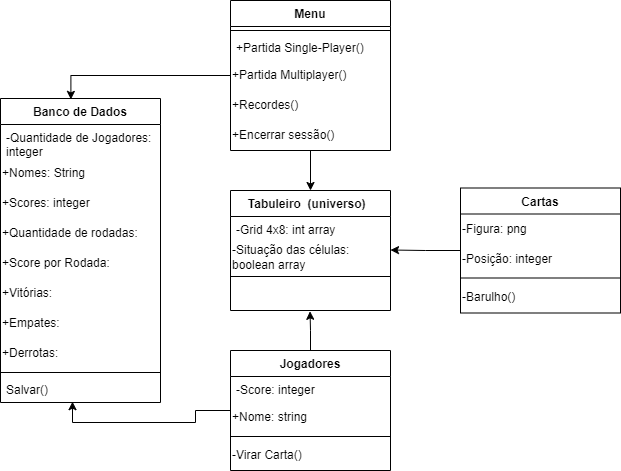
FelipeRibeirooo/Entrega-03-OO-UML keeps this draw.io diagram as Diagrama de Classes.drawio.png. Above is the earlier version. Source tidied: cells renumbered, new cells last; positions are measured from the earlier drawing's top-left corner, leaving out a move shared by most shapes.
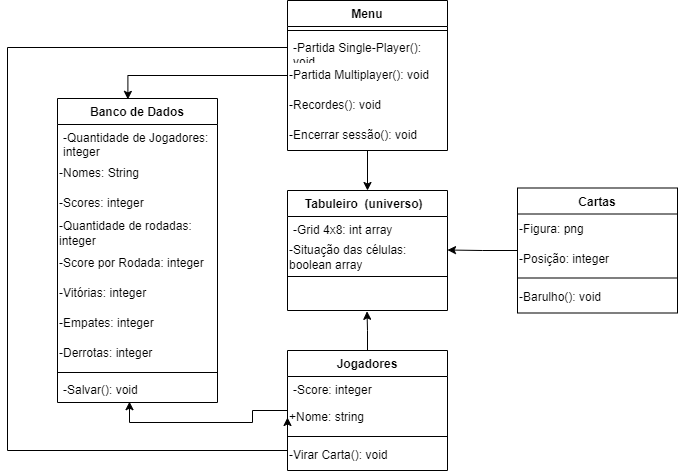
The same diagram one commit later.

Change to the diagram source:
```diff
@@ -29,7 +29,7 @@
     <mxCell id="10" style="line;html=1;strokeWidth=1;align=left;verticalAlign=middle;spacingTop=-1;spacingLeft=3;spacingRight=3;labelPosition=right;" parent="7" vertex="1">
       <mxGeometry y="82" width="160" height="8" as="geometry" />
     </mxCell>
-    <mxCell id="11" value="-Virar Carta()" style="text;html=1;align=left;verticalAlign=middle;strokeColor=none;fillColor=none;" parent="7" vertex="1">
+    <mxCell id="11" value="-Virar Carta(): void" style="text;html=1;align=left;verticalAlign=middle;strokeColor=none;fillColor=none;" parent="7" vertex="1">
       <mxGeometry y="90" width="160" height="30" as="geometry" />
     </mxCell>
     <mxCell id="12" style="edgeStyle=orthogonalEdgeStyle;rounded=0;jettySize=auto;html=1;entryX=1;entryY=0.25;entryDx=0;entryDy=0;" parent="1" edge="1" source="13" target="4">
@@ -47,7 +47,7 @@
     <mxCell id="16" style="line;html=1;strokeWidth=1;align=left;verticalAlign=middle;spacingTop=-1;spacingLeft=3;spacingRight=3;labelPosition=right;" parent="13" vertex="1">
       <mxGeometry y="86" width="160" height="8" as="geometry" />
     </mxCell>
-    <mxCell id="17" value="&lt;div align=&quot;left&quot;&gt;-Barulho()&lt;br&gt;&lt;/div&gt;" style="text;html=1;strokeColor=none;fillColor=none;align=left;verticalAlign=middle;whiteSpace=wrap;rounded=0;" parent="13" vertex="1">
+    <mxCell id="17" value="&lt;div align=&quot;left&quot;&gt;-Barulho(): void&lt;br&gt;&lt;/div&gt;" style="text;html=1;strokeColor=none;fillColor=none;align=left;verticalAlign=middle;whiteSpace=wrap;rounded=0;" parent="13" vertex="1">
       <mxGeometry y="94" width="160" height="30" as="geometry" />
     </mxCell>
     <mxCell id="18" value="Banco de Dados" style="swimlane;fontStyle=1;align=center;verticalAlign=top;horizontal=1;startSize=26;whiteSpace=wrap;html=1;" parent="1" vertex="1">
@@ -56,31 +56,31 @@
     <mxCell id="19" value="&lt;div&gt;-Quantidade de Jogadores: integer&lt;br&gt;&lt;/div&gt;" style="text;strokeColor=none;fillColor=none;align=left;verticalAlign=top;spacingLeft=4;spacingRight=4;overflow=hidden;whiteSpace=wrap;html=1;" parent="18" vertex="1">
       <mxGeometry y="26" width="160" height="34" as="geometry" />
     </mxCell>
-    <mxCell id="20" value="&lt;div align=&quot;left&quot;&gt;+Nomes: String&lt;span style=&quot;white-space: pre;&quot;&gt;&#9;&lt;/span&gt;&lt;br&gt;&lt;/div&gt;" style="text;html=1;strokeColor=none;fillColor=none;align=left;verticalAlign=middle;whiteSpace=wrap;rounded=0;" parent="18" vertex="1">
+    <mxCell id="20" value="&lt;div align=&quot;left&quot;&gt;-Nomes: String&lt;span style=&quot;white-space: pre;&quot;&gt;&#9;&lt;/span&gt;&lt;br&gt;&lt;/div&gt;" style="text;html=1;strokeColor=none;fillColor=none;align=left;verticalAlign=middle;whiteSpace=wrap;rounded=0;" parent="18" vertex="1">
       <mxGeometry y="60" width="160" height="30" as="geometry" />
     </mxCell>
-    <mxCell id="21" value="+Scores: integer" style="text;html=1;strokeColor=none;fillColor=none;align=left;verticalAlign=middle;whiteSpace=wrap;rounded=0;" parent="18" vertex="1">
+    <mxCell id="21" value="-Scores: integer" style="text;html=1;strokeColor=none;fillColor=none;align=left;verticalAlign=middle;whiteSpace=wrap;rounded=0;" parent="18" vertex="1">
       <mxGeometry y="90" width="160" height="30" as="geometry" />
     </mxCell>
-    <mxCell id="22" value="&lt;div align=&quot;left&quot;&gt;+Quantidade de rodadas:&lt;/div&gt;" style="text;html=1;strokeColor=none;fillColor=none;align=left;verticalAlign=middle;whiteSpace=wrap;rounded=0;" parent="18" vertex="1">
+    <mxCell id="22" value="&lt;div align=&quot;left&quot;&gt;-Quantidade de rodadas: integer&lt;/div&gt;" style="text;html=1;strokeColor=none;fillColor=none;align=left;verticalAlign=middle;whiteSpace=wrap;rounded=0;" parent="18" vertex="1">
       <mxGeometry y="120" width="160" height="30" as="geometry" />
     </mxCell>
-    <mxCell id="23" value="+Score por Rodada:" style="text;html=1;strokeColor=none;fillColor=none;align=left;verticalAlign=middle;whiteSpace=wrap;rounded=0;" parent="18" vertex="1">
+    <mxCell id="23" value="-Score por Rodada: integer" style="text;html=1;strokeColor=none;fillColor=none;align=left;verticalAlign=middle;whiteSpace=wrap;rounded=0;" parent="18" vertex="1">
       <mxGeometry y="150" width="160" height="30" as="geometry" />
     </mxCell>
-    <mxCell id="24" value="+Vitórias:" style="text;html=1;strokeColor=none;fillColor=none;align=left;verticalAlign=middle;whiteSpace=wrap;rounded=0;" parent="18" vertex="1">
+    <mxCell id="24" value="-Vitórias: integer" style="text;html=1;strokeColor=none;fillColor=none;align=left;verticalAlign=middle;whiteSpace=wrap;rounded=0;" parent="18" vertex="1">
       <mxGeometry y="180" width="160" height="30" as="geometry" />
     </mxCell>
-    <mxCell id="25" value="+Empates:" style="text;html=1;strokeColor=none;fillColor=none;align=left;verticalAlign=middle;whiteSpace=wrap;rounded=0;" parent="18" vertex="1">
+    <mxCell id="25" value="-Empates: integer" style="text;html=1;strokeColor=none;fillColor=none;align=left;verticalAlign=middle;whiteSpace=wrap;rounded=0;" parent="18" vertex="1">
       <mxGeometry y="210" width="160" height="30" as="geometry" />
     </mxCell>
-    <mxCell id="26" value="+Derrotas:" style="text;html=1;strokeColor=none;fillColor=none;align=left;verticalAlign=middle;whiteSpace=wrap;rounded=0;" parent="18" vertex="1">
+    <mxCell id="26" value="-Derrotas: integer" style="text;html=1;strokeColor=none;fillColor=none;align=left;verticalAlign=middle;whiteSpace=wrap;rounded=0;" parent="18" vertex="1">
       <mxGeometry y="240" width="160" height="30" as="geometry" />
     </mxCell>
     <mxCell id="27" style="line;strokeWidth=1;fillColor=none;align=left;verticalAlign=middle;spacingTop=-1;spacingLeft=3;spacingRight=3;labelPosition=right;strokeColor=inherit;" parent="18" vertex="1">
       <mxGeometry y="270" width="160" height="8" as="geometry" />
     </mxCell>
-    <mxCell id="28" value="Salvar()" style="text;strokeColor=none;fillColor=none;align=left;verticalAlign=top;spacingLeft=4;spacingRight=4;overflow=hidden;points=[[0,0.5],[1,0.5]];portConstraint=eastwest;whiteSpace=wrap;html=1;" parent="18" vertex="1">
+    <mxCell id="28" value="-Salvar(): void" style="text;strokeColor=none;fillColor=none;align=left;verticalAlign=top;spacingLeft=4;spacingRight=4;overflow=hidden;points=[[0,0.5],[1,0.5]];portConstraint=eastwest;whiteSpace=wrap;html=1;" parent="18" vertex="1">
       <mxGeometry y="278" width="160" height="26" as="geometry" />
     </mxCell>
     <mxCell id="29" style="edgeStyle=orthogonalEdgeStyle;rounded=0;jettySize=auto;html=1;" parent="1" edge="1" source="30" target="2">
@@ -92,16 +92,16 @@
     <mxCell id="31" style="line;strokeWidth=1;fillColor=none;align=left;verticalAlign=middle;spacingTop=-1;spacingLeft=3;spacingRight=3;labelPosition=right;strokeColor=inherit;" parent="30" vertex="1">
       <mxGeometry y="26" width="160" height="8" as="geometry" />
     </mxCell>
-    <mxCell id="32" value="+Partida Single-Player()" style="text;strokeColor=none;fillColor=none;align=left;verticalAlign=top;spacingLeft=4;spacingRight=4;overflow=hidden;points=[[0,0.5],[1,0.5]];portConstraint=eastwest;whiteSpace=wrap;html=1;" parent="30" vertex="1">
+    <mxCell id="32" value="-Partida Single-Player(): void" style="text;strokeColor=none;fillColor=none;align=left;verticalAlign=top;spacingLeft=4;spacingRight=4;overflow=hidden;points=[[0,0.5],[1,0.5]];portConstraint=eastwest;whiteSpace=wrap;html=1;" parent="30" vertex="1">
       <mxGeometry y="34" width="160" height="26" as="geometry" />
     </mxCell>
-    <mxCell id="33" value="+Partida Multiplayer()" style="text;html=1;strokeColor=none;fillColor=none;align=left;verticalAlign=middle;whiteSpace=wrap;rounded=0;" parent="30" vertex="1">
+    <mxCell id="33" value="-Partida Multiplayer(): void" style="text;html=1;strokeColor=none;fillColor=none;align=left;verticalAlign=middle;whiteSpace=wrap;rounded=0;" parent="30" vertex="1">
       <mxGeometry y="60" width="160" height="30" as="geometry" />
     </mxCell>
-    <mxCell id="34" value="+Recordes()" style="text;html=1;strokeColor=none;fillColor=none;align=left;verticalAlign=middle;whiteSpace=wrap;rounded=0;" parent="30" vertex="1">
+    <mxCell id="34" value="-Recordes(): void" style="text;html=1;strokeColor=none;fillColor=none;align=left;verticalAlign=middle;whiteSpace=wrap;rounded=0;" parent="30" vertex="1">
       <mxGeometry y="90" width="160" height="30" as="geometry" />
     </mxCell>
-    <mxCell id="35" value="+Encerrar sessão()" style="text;html=1;strokeColor=none;fillColor=none;align=left;verticalAlign=middle;whiteSpace=wrap;rounded=0;" parent="30" vertex="1">
+    <mxCell id="35" value="-Encerrar sessão(): void" style="text;html=1;strokeColor=none;fillColor=none;align=left;verticalAlign=middle;whiteSpace=wrap;rounded=0;" parent="30" vertex="1">
       <mxGeometry y="120" width="160" height="30" as="geometry" />
     </mxCell>
     <mxCell id="36" style="edgeStyle=orthogonalEdgeStyle;rounded=0;jettySize=auto;html=1;entryX=0.497;entryY=1.027;entryDx=0;entryDy=0;entryPerimeter=0;" parent="1" edge="1" source="7" target="6">
@@ -113,5 +113,14 @@
     <mxCell id="38" style="edgeStyle=orthogonalEdgeStyle;rounded=0;jettySize=auto;html=1;entryX=0.44;entryY=0.003;entryDx=0;entryDy=0;entryPerimeter=0;" parent="1" edge="1" source="30" target="18">
       <mxGeometry relative="1" as="geometry" />
     </mxCell>
+    <mxCell id="39" style="edgeStyle=orthogonalEdgeStyle;rounded=0;jettySize=auto;html=1;entryX=0;entryY=0.5;entryDx=0;entryDy=0;" parent="1" edge="1" source="32" target="9">
+      <mxGeometry relative="1" as="geometry">
+        <Array as="points">
+          <mxPoint x="-50" y="47" />
+          <mxPoint x="-50" y="450" />
+          <mxPoint x="230" y="450" />
+        </Array>
+      </mxGeometry>
+    </mxCell>
   </root>
 </mxGraphModel>
```
